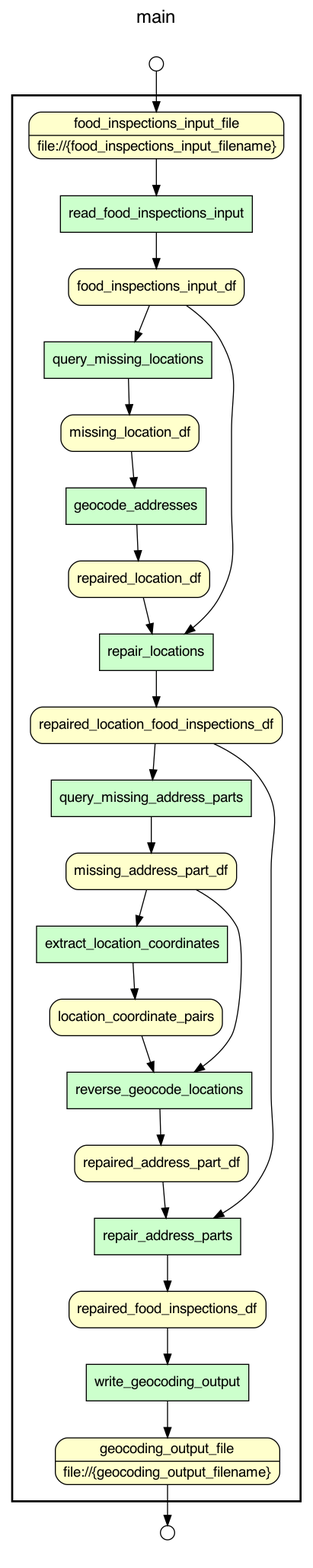
This is repair_location.png from dmcguire81/CS513DataCleaningTeam152, a Graphviz export, as it was before one commit. Its source is kept beside it as repair_location.gv. Its diagram source:
```dot
digraph Workflow {
rankdir=TB
fontname=Helvetica; fontsize=18; labelloc=t
label=main
subgraph cluster_workflow_box_outer { label=""; color=black; penwidth=2
subgraph cluster_workflow_box_inner { label=""; penwidth=0
node[shape=box style=filled fillcolor="#CCFFCC" peripheries=1 fontname=Helvetica]
read_food_inspections_input
query_missing_locations
geocode_addresses
repair_locations
query_missing_address_parts
extract_location_coordinates
reverse_geocode_locations
repair_address_parts
write_geocoding_output
node[shape=box style="rounded,filled" fillcolor="#FFFFCC" peripheries=1 fontname=Helvetica]
geocoding_output_file [shape=record rankdir=LR label="{<f0> geocoding_output_file |<f1> file\://\{geocoding_output_filename\}}"];
food_inspections_input_file [shape=record rankdir=LR label="{<f0> food_inspections_input_file |<f1> file\://\{food_inspections_input_filename\}}"];
food_inspections_input_df
missing_location_df
repaired_location_df
repaired_location_food_inspections_df
missing_address_part_df
location_coordinate_pairs
repaired_address_part_df
repaired_food_inspections_df
node[shape=box style="rounded,filled" fillcolor="#FCFCFC" peripheries=1 fontname=Helvetica]
read_food_inspections_input -> food_inspections_input_df
food_inspections_input_file -> read_food_inspections_input
query_missing_locations -> missing_location_df
food_inspections_input_df -> query_missing_locations
geocode_addresses -> repaired_location_df
missing_location_df -> geocode_addresses
repair_locations -> repaired_location_food_inspections_df
repaired_location_df -> repair_locations
food_inspections_input_df -> repair_locations
query_missing_address_parts -> missing_address_part_df
repaired_location_food_inspections_df -> query_missing_address_parts
extract_location_coordinates -> location_coordinate_pairs
missing_address_part_df -> extract_location_coordinates
reverse_geocode_locations -> repaired_address_part_df
location_coordinate_pairs -> reverse_geocode_locations
missing_address_part_df -> reverse_geocode_locations
repair_address_parts -> repaired_food_inspections_df
repaired_address_part_df -> repair_address_parts
repaired_location_food_inspections_df -> repair_address_parts
write_geocoding_output -> geocoding_output_file
repaired_food_inspections_df -> write_geocoding_output
}}
subgraph cluster_input_ports_group_outer { label=""; penwidth=0
subgraph cluster_input_ports_group_inner { label=""; penwidth=0
node[shape=circle style="rounded,filled" fillcolor="#FFFFFF" peripheries=1 fontname=Helvetica width=0.2]
food_inspections_input_file_input_port [label=""]
}}
subgraph cluster_output_ports_group_outer { label=""; penwidth=0
subgraph cluster_output_ports_group_inner { label=""; penwidth=0
node[shape=circle style="rounded,filled" fillcolor="#FFFFFF" peripheries=1 fontname=Helvetica width=0.2]
geocoding_output_file_output_port [label=""]
}}
food_inspections_input_file_input_port -> food_inspections_input_file
geocoding_output_file -> geocoding_output_file_output_port
}
```
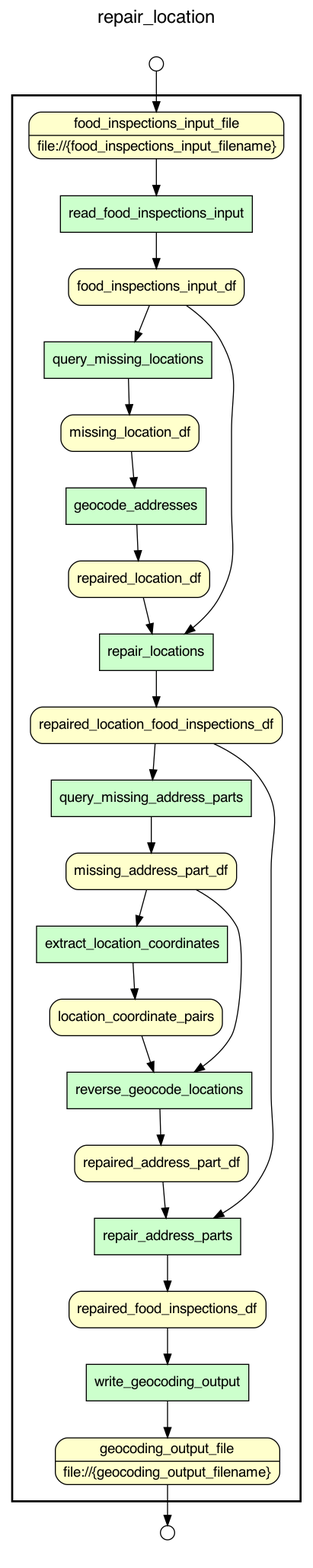
The same diagram one commit later.

Commit message:
Update names for repair_location workflow

Diff of the diagram source:
```diff
@@ -1,7 +1,7 @@
 digraph Workflow {
 rankdir=TB
 fontname=Helvetica; fontsize=18; labelloc=t
-label=main
+label=repair_location
 subgraph cluster_workflow_box_outer { label=""; color=black; penwidth=2
 subgraph cluster_workflow_box_inner { label=""; penwidth=0
 node[shape=box style=filled fillcolor="#CCFFCC" peripheries=1 fontname=Helvetica]
```
